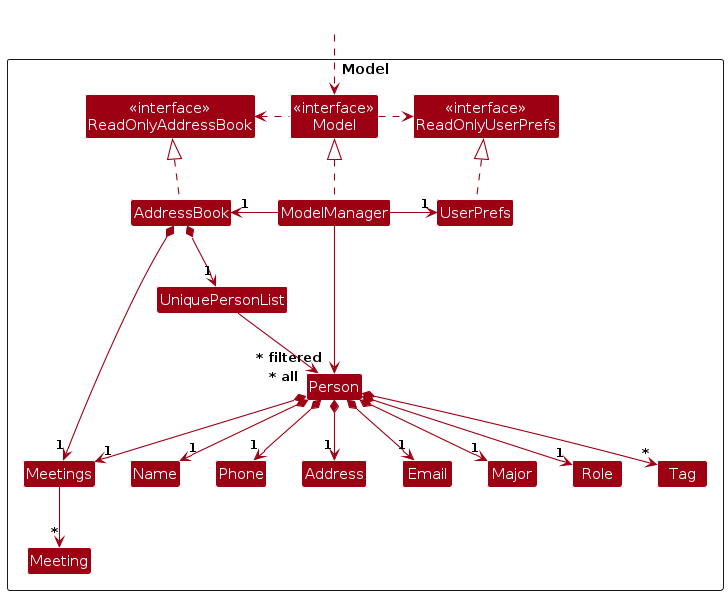
The PlantUML diagram diagrams/ModelClassDiagram.png in XinghuaJulia/tp, before a commit. Its source is kept beside it as diagrams/ModelClassDiagram.puml.
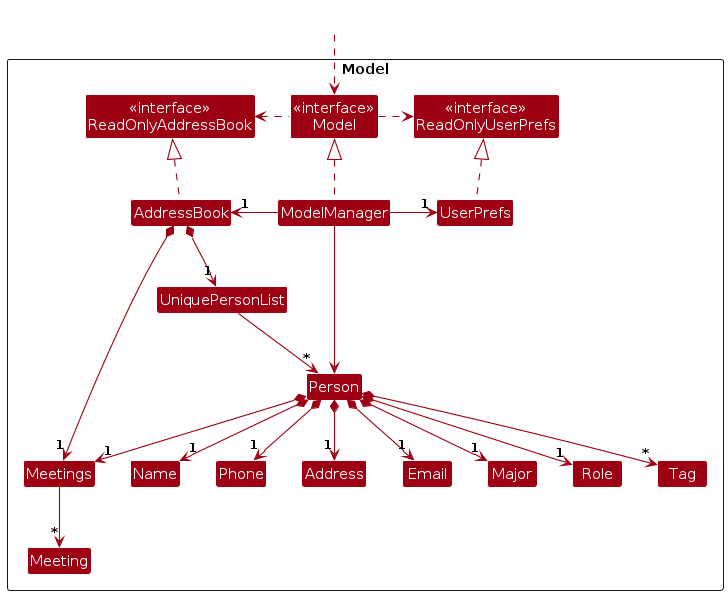
Later version of the same file.

The edit, as a diff of the source:
```diff
@@ -41,7 +41,7 @@
 
 AddressBook *--> "1" Meetings
 AddressBook *--> "1" UniquePersonList
-UniquePersonList --> "~* all" Person
+UniquePersonList --> "~*" Person
 Meetings --> "*" Meeting
 
 Person *--> "1" Major
@@ -60,5 +60,5 @@
 Phone -[hidden]right-> Address
 Address -[hidden]right-> Email
 
-ModelManager --> "~* filtered" Person
+ModelManager -->  Person
 @enduml
```
